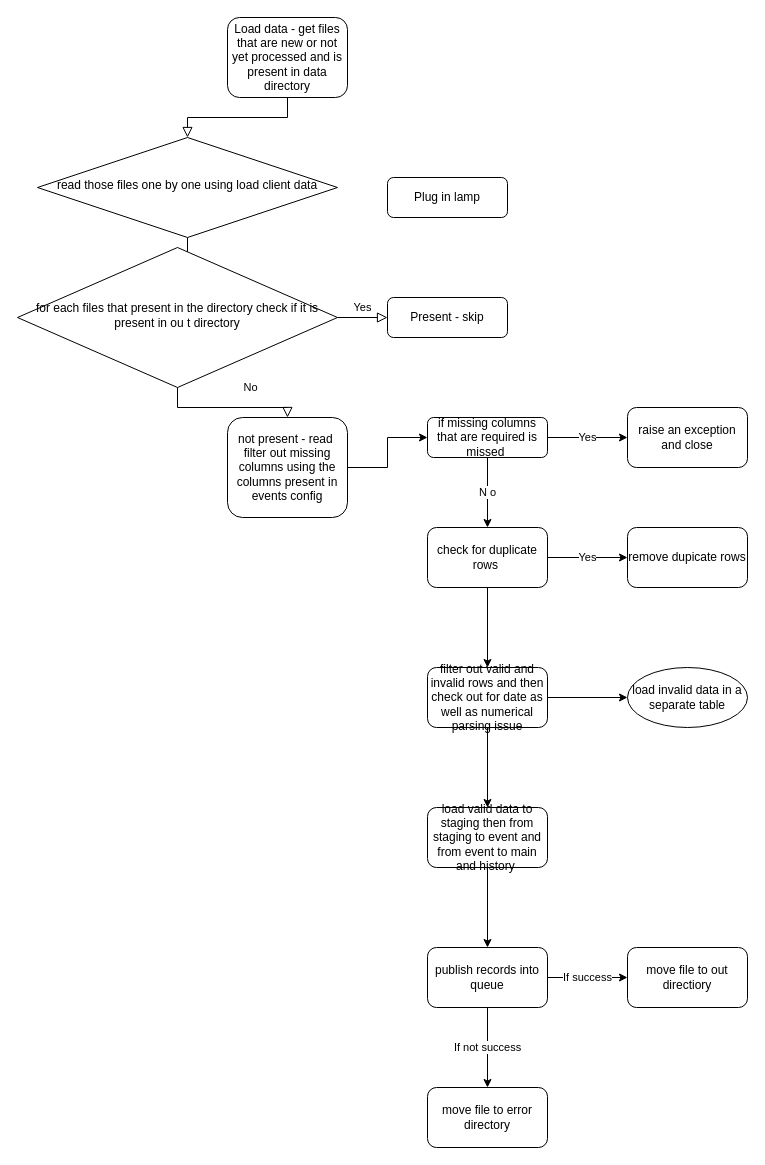
Above: staffing_code_flow.drawio in umaidansari12/staffing (draw.io), before the change. Source tidied: cells renumbered, new cells numbered last; positions are measured from the earlier drawing's top-left corner, leaving out a move shared by most shapes. Both pictures are drawn from the tidied source at 100%, with x=0, y=0 at pixel (17, 17).
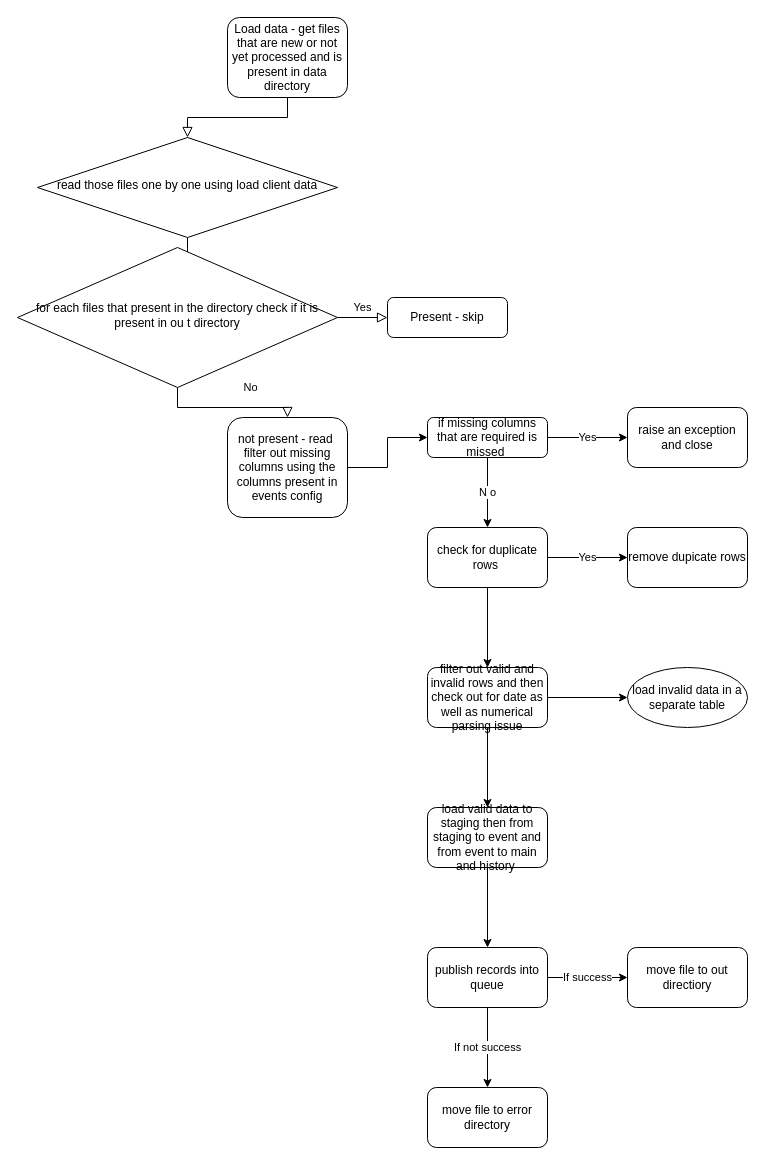
The same diagram, later.

What changed in the source:
```diff
@@
-    <mxCell id="6" value="Plug in lamp" style="rounded=1;whiteSpace=wrap;html=1;fontSize=12;glass=0;strokeWidth=1;shadow=0;" parent="1" vertex="1">
-      <mxGeometry x="370" y="160" width="120" height="40" as="geometry" />
-    </mxCell>
```
